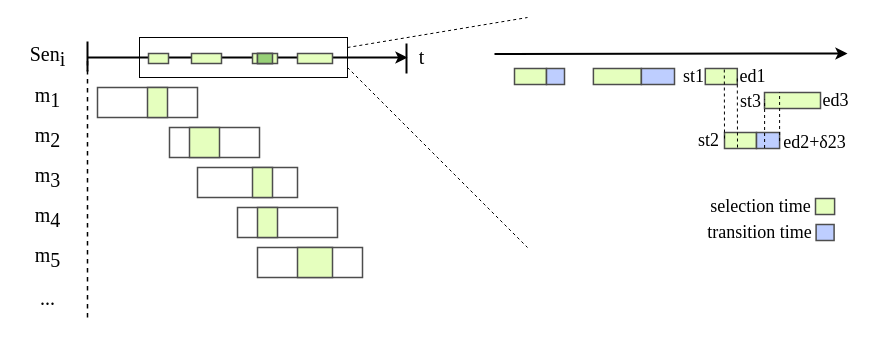
This is 冲突情况.drawio from Kidulttt/drwaio, a draw.io file, before an edit. Source tidied: cells renumbered, new cells numbered last; positions are measured from the earlier drawing's top-left corner, leaving out a move shared by most shapes. Both pictures are drawn from the tidied source at 100%, with x=0, y=0 at pixel (17, 17).
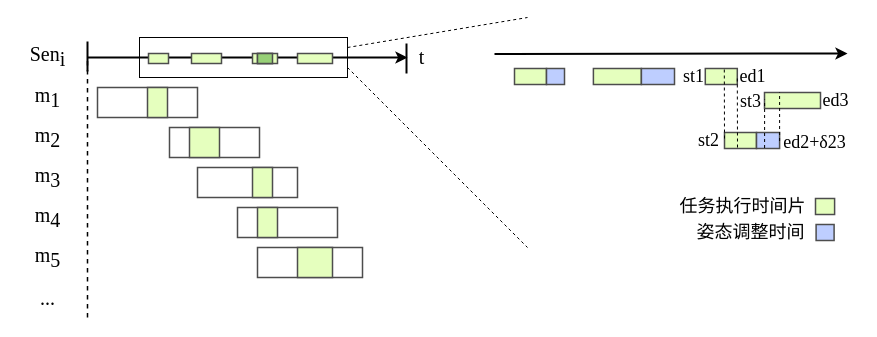
The same diagram, later.

Commit message:
更新冲突情况.drawio

The edit, as a diff of the source:
```diff
@@
-    <mxCell id="52" value="selection time" style="text;html=1;align=center;verticalAlign=middle;strokeColor=none;fillColor=none;fontSize=18;fontFamily=Times New Roman;" parent="1" vertex="1">
-      <mxGeometry x="683" y="169" width="120" height="40" as="geometry" />
+    <mxCell id="52" value="任务执行时间片" style="text;html=1;align=center;verticalAlign=middle;strokeColor=none;fillColor=none;fontSize=18;fontFamily=Times New Roman;" parent="1" vertex="1">
+      <mxGeometry x="650" y="169" width="150" height="40" as="geometry" />
     </mxCell>
-    <mxCell id="53" value="transition time" style="text;html=1;align=center;verticalAlign=middle;strokeColor=none;fillColor=none;fontSize=18;fontFamily=Times New Roman;" parent="1" vertex="1">
-      <mxGeometry x="677" y="195" width="130" height="40" as="geometry" />
+    <mxCell id="53" value="姿态调整时间" style="text;html=1;align=center;verticalAlign=middle;strokeColor=none;fillColor=none;fontSize=18;fontFamily=Times New Roman;" parent="1" vertex="1">
+      <mxGeometry x="668" y="195" width="130" height="40" as="geometry" />
     </mxCell>
```
